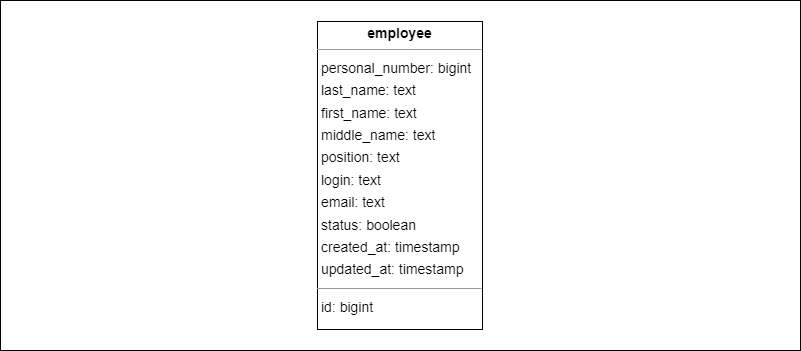
Above: doc/arch/database/png/employee table diagram.png in PavelNaymovets/project_management_system (draw.io), before the change. Source tidied: cells renumbered, new cells last; positions are measured from the earlier drawing's top-left corner, leaving out a move shared by most shapes. The source it was exported from:
```xml
<mxGraphModel>
  <root>
    <mxCell id="0" />
    <mxCell id="1" parent="0" />
    <mxCell id="2" style="rounded=0;whiteSpace=wrap;html=1;" parent="1" vertex="1">
      <mxGeometry width="800" height="350" as="geometry" />
    </mxCell>
    <mxCell id="3" value="&lt;p style=&quot;margin:0px;margin-top:4px;text-align:center;&quot;&gt;&lt;b&gt;employee&lt;/b&gt;&lt;/p&gt;&lt;hr size=&quot;1&quot;/&gt;&lt;p style=&quot;margin:0 0 0 4px;line-height:1.6;&quot;&gt; personal_number: bigint&lt;br/&gt; last_name: text&lt;br/&gt; first_name: text&lt;br/&gt; middle_name: text&lt;br/&gt; position: text&lt;br/&gt; login: text&lt;br/&gt; email: text&lt;br/&gt; status: boolean&lt;br/&gt; created_at: timestamp&lt;br/&gt; updated_at: timestamp&lt;/p&gt;&lt;hr size=&quot;1&quot;/&gt;&lt;p style=&quot;margin:0 0 0 4px;line-height:1.6;&quot;&gt; id: bigint&lt;/p&gt;" style="verticalAlign=top;align=left;overflow=fill;fontSize=14;fontFamily=Helvetica;html=1;rounded=0;shadow=0;comic=0;labelBackgroundColor=none;strokeWidth=1;" parent="1" vertex="1">
      <mxGeometry x="317" y="21" width="165" height="308" as="geometry" />
    </mxCell>
  </root>
</mxGraphModel>
```
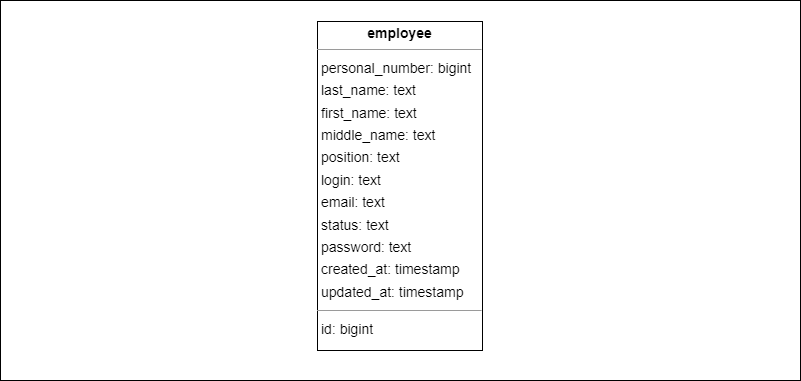
The same file after the commit.

Change to the diagram source:
```diff
@@ -3,10 +3,10 @@
     <mxCell id="0" />
     <mxCell id="1" parent="0" />
     <mxCell id="2" style="rounded=0;whiteSpace=wrap;html=1;" parent="1" vertex="1">
-      <mxGeometry width="800" height="350" as="geometry" />
+      <mxGeometry width="800" height="380" as="geometry" />
     </mxCell>
-    <mxCell id="3" value="&lt;p style=&quot;margin:0px;margin-top:4px;text-align:center;&quot;&gt;&lt;b&gt;employee&lt;/b&gt;&lt;/p&gt;&lt;hr size=&quot;1&quot;/&gt;&lt;p style=&quot;margin:0 0 0 4px;line-height:1.6;&quot;&gt; personal_number: bigint&lt;br/&gt; last_name: text&lt;br/&gt; first_name: text&lt;br/&gt; middle_name: text&lt;br/&gt; position: text&lt;br/&gt; login: text&lt;br/&gt; email: text&lt;br/&gt; status: boolean&lt;br/&gt; created_at: timestamp&lt;br/&gt; updated_at: timestamp&lt;/p&gt;&lt;hr size=&quot;1&quot;/&gt;&lt;p style=&quot;margin:0 0 0 4px;line-height:1.6;&quot;&gt; id: bigint&lt;/p&gt;" style="verticalAlign=top;align=left;overflow=fill;fontSize=14;fontFamily=Helvetica;html=1;rounded=0;shadow=0;comic=0;labelBackgroundColor=none;strokeWidth=1;" parent="1" vertex="1">
-      <mxGeometry x="317" y="21" width="165" height="308" as="geometry" />
+    <mxCell id="3" value="&lt;p style=&quot;border-color: var(--border-color); margin: 4px 0px 0px; text-align: center;&quot;&gt;&lt;b style=&quot;border-color: var(--border-color);&quot;&gt;employee&lt;/b&gt;&lt;/p&gt;&lt;hr style=&quot;border-color: var(--border-color);&quot; size=&quot;1&quot;&gt;&lt;p style=&quot;border-color: var(--border-color); margin: 0px 0px 0px 4px; line-height: 1.6;&quot;&gt;personal_number: bigint&lt;br style=&quot;border-color: var(--border-color);&quot;&gt;last_name: text&lt;br style=&quot;border-color: var(--border-color);&quot;&gt;first_name: text&lt;br style=&quot;border-color: var(--border-color);&quot;&gt;middle_name: text&lt;br style=&quot;border-color: var(--border-color);&quot;&gt;position: text&lt;br style=&quot;border-color: var(--border-color);&quot;&gt;login: text&lt;br style=&quot;border-color: var(--border-color);&quot;&gt;email: text&lt;br style=&quot;border-color: var(--border-color);&quot;&gt;status: text&lt;/p&gt;&lt;p style=&quot;border-color: var(--border-color); margin: 0px 0px 0px 4px; line-height: 1.6;&quot;&gt;password: text&lt;br style=&quot;border-color: var(--border-color);&quot;&gt;created_at: timestamp&lt;br style=&quot;border-color: var(--border-color);&quot;&gt;updated_at: timestamp&lt;/p&gt;&lt;hr style=&quot;border-color: var(--border-color);&quot; size=&quot;1&quot;&gt;&lt;p style=&quot;border-color: var(--border-color); margin: 0px 0px 0px 4px; line-height: 1.6;&quot;&gt;id: bigint&lt;/p&gt;" style="verticalAlign=top;align=left;overflow=fill;fontSize=14;fontFamily=Helvetica;html=1;rounded=0;shadow=0;comic=0;labelBackgroundColor=none;strokeWidth=1;" parent="1" vertex="1">
+      <mxGeometry x="317" y="21" width="165" height="329" as="geometry" />
     </mxCell>
   </root>
 </mxGraphModel>
```
